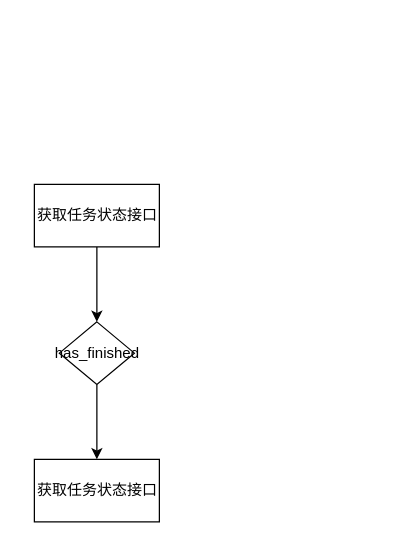
The draw.io diagram Untitled Diagram.drawio in renxinlin/-, before the edit. Source tidied: cells renumbered, new cells numbered last; positions are measured from the earlier drawing's top-left corner, leaving out a move shared by most shapes. Both pictures are drawn from the tidied source at 125%, with x=0, y=0 at pixel (34, 184).
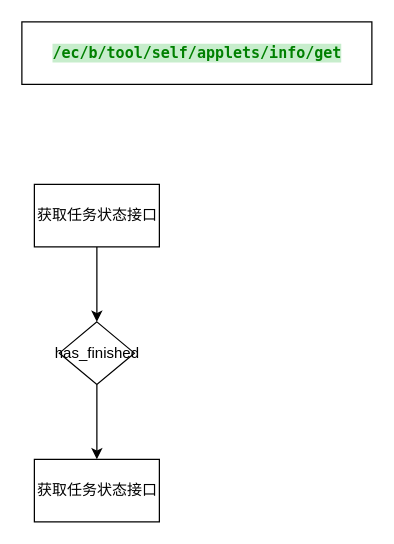
Above is the later version.

Change to the diagram source:
```diff
@@
 <mxGraphModel>
   <root>
     <mxCell id="0" />
     <mxCell id="1" parent="0" />
     <mxCell id="2" style="edgeStyle=orthogonalEdgeStyle;rounded=0;jettySize=auto;html=1;exitX=0.5;exitY=1;exitDx=0;exitDy=0;" parent="1" edge="1" source="3" target="5">
       <mxGeometry relative="1" as="geometry" />
     </mxCell>
     <mxCell id="3" value="获取任务状态接口" style="html=1;dashed=0;whitespace=wrap;" parent="1" vertex="1">
       <mxGeometry width="100" height="50" as="geometry" />
     </mxCell>
     <mxCell id="4" style="edgeStyle=orthogonalEdgeStyle;rounded=0;jettySize=auto;html=1;exitX=0.5;exitY=1;exitDx=0;exitDy=0;entryX=0.5;entryY=0;entryDx=0;entryDy=0;" parent="1" edge="1" source="5" target="6">
       <mxGeometry relative="1" as="geometry" />
     </mxCell>
     <mxCell id="5" value="has_finished" style="shape=rhombus;html=1;dashed=0;whitespace=wrap;perimeter=rhombusPerimeter;" parent="1" vertex="1">
       <mxGeometry x="20" y="110" width="60" height="50" as="geometry" />
     </mxCell>
     <mxCell id="6" value="获取任务状态接口" style="html=1;dashed=0;whitespace=wrap;" parent="1" vertex="1">
       <mxGeometry y="220" width="100" height="50" as="geometry" />
     </mxCell>
+    <mxCell id="7" value="&lt;pre style=&quot;background-color: rgb(199 , 237 , 204) ; font-family: &amp;#34;menlo&amp;#34; ; font-size: 9pt&quot;&gt;&lt;span style=&quot;color: #008000 ; font-weight: bold&quot;&gt;/ec/b/tool/self/applets/info/get&lt;/span&gt;&lt;/pre&gt;" style="html=1;dashed=0;whitespace=wrap;" parent="1" vertex="1">
+      <mxGeometry x="-10" y="-130" width="280" height="50" as="geometry" />
+    </mxCell>
   </root>
 </mxGraphModel>
```
